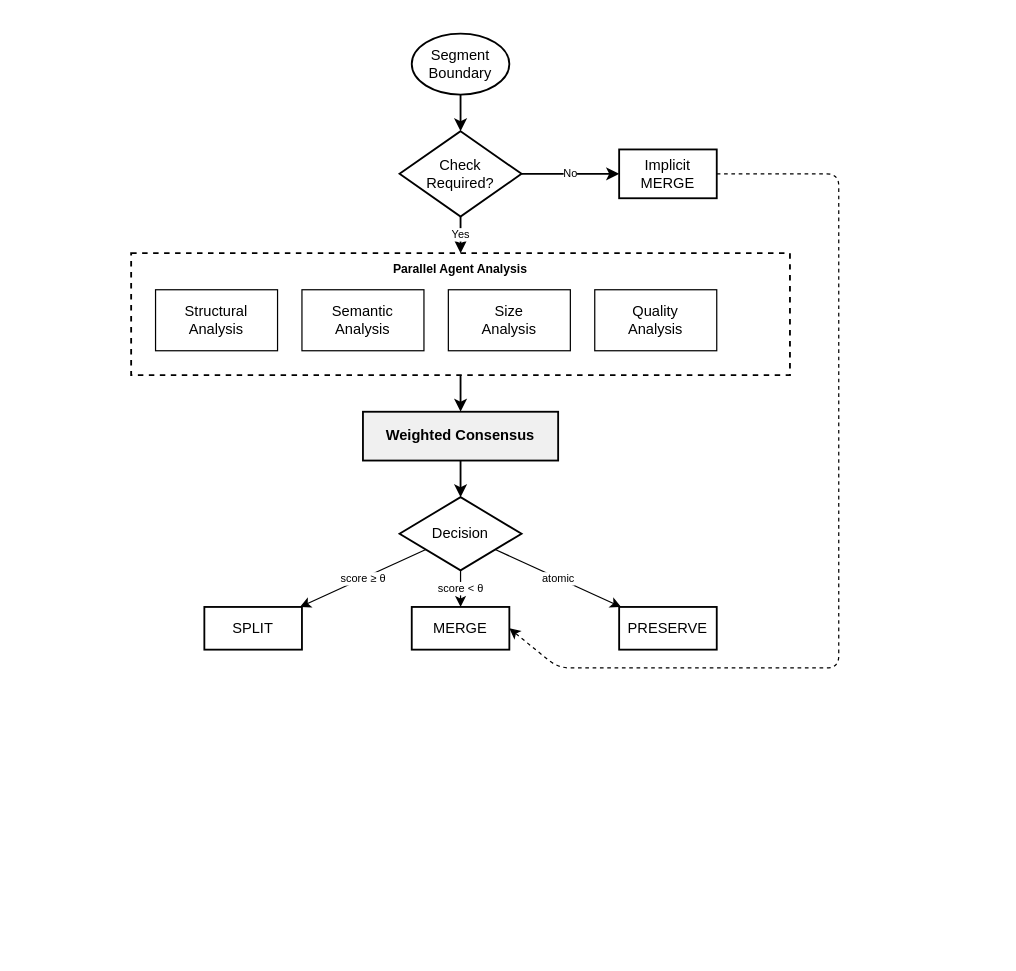
Earlier version of the draw.io diagram diagrams/drawio/02_decision_pipeline.drawio (EngindalgaMaku/ebars). Source tidied: cells renumbered, new cells numbered last; positions are measured from the earlier drawing's top-left corner, leaving out a move shared by most shapes. Both pictures are drawn from the tidied source at 122%, with x=0, y=0 at pixel (131, 33).
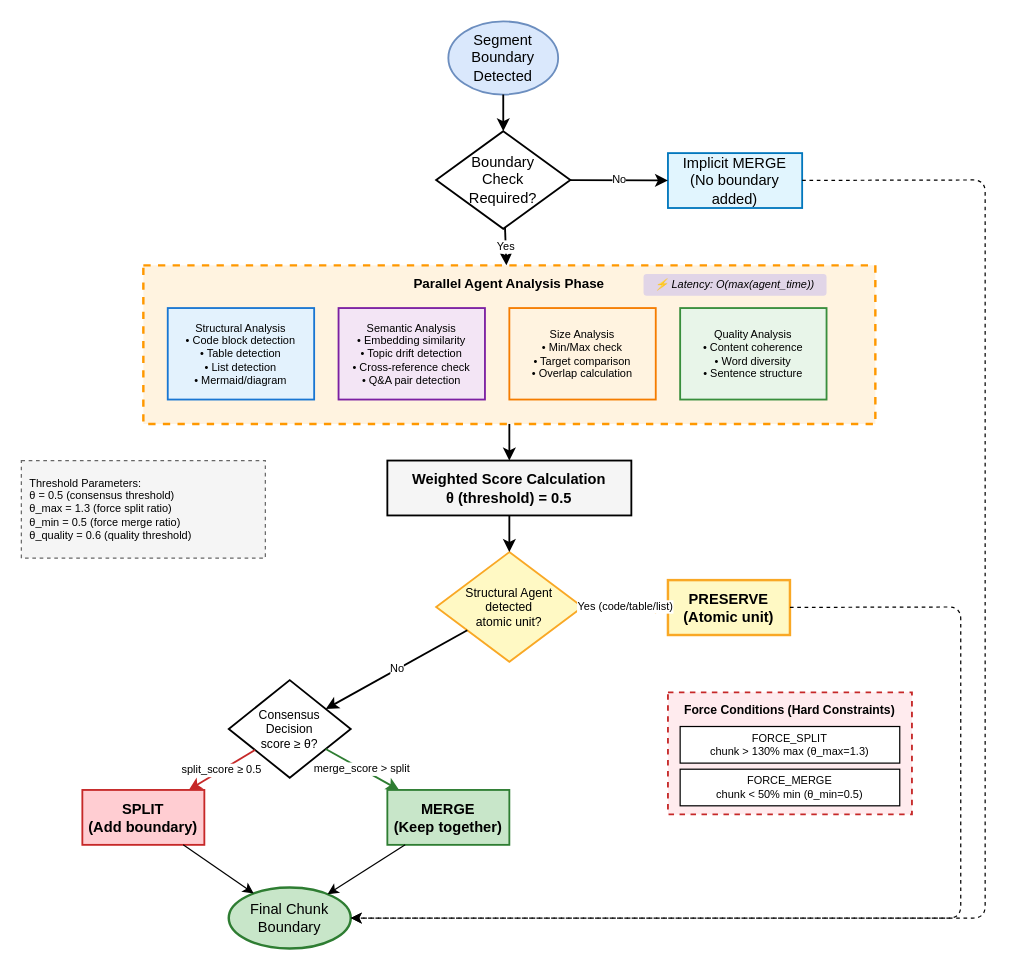
The same diagram, later.

The edit, as a diff of the source:
```diff
@@
-    <mxCell id="2" value="Segment&#10;Boundary" style="ellipse;whiteSpace=wrap;html=1;fillColor=#ffffff;strokeColor=#000000;strokeWidth=1.5;" parent="1" vertex="1">
-      <mxGeometry x="230" width="80" height="50" as="geometry" />
+    <mxCell id="2" value="Segment&#10;Boundary&#10;Detected" style="ellipse;whiteSpace=wrap;html=1;fillColor=#dae8fc;strokeColor=#6c8ebf;strokeWidth=1.5;" parent="1" vertex="1">
+      <mxGeometry x="260" y="-10" width="90" height="60" as="geometry" />
     </mxCell>
-    <mxCell id="3" value="Check&#10;Required?" style="rhombus;whiteSpace=wrap;html=1;fillColor=#ffffff;strokeColor=#000000;strokeWidth=1.5;" parent="1" vertex="1">
-      <mxGeometry x="220" y="80" width="100" height="70" as="geometry" />
+    <mxCell id="3" value="Boundary&#10;Check&#10;Required?" style="rhombus;whiteSpace=wrap;html=1;fillColor=#ffffff;strokeColor=#000000;strokeWidth=1.5;" parent="1" vertex="1">
+      <mxGeometry x="250" y="80" width="110" height="80" as="geometry" />
     </mxCell>
-    <mxCell id="4" value="Implicit&#10;MERGE" style="rounded=0;whiteSpace=wrap;html=1;fillColor=#ffffff;strokeColor=#000000;strokeWidth=1.5;" parent="1" vertex="1">
-      <mxGeometry x="400" y="95" width="80" height="40" as="geometry" />
+    <mxCell id="4" value="Implicit MERGE&#10;(No boundary added)" style="rounded=0;whiteSpace=wrap;html=1;fillColor=#e1f5fe;strokeColor=#0277bd;strokeWidth=1.5;" parent="1" vertex="1">
+      <mxGeometry x="440" y="98" width="110" height="45" as="geometry" />
     </mxCell>
-    <mxCell id="5" style="rounded=0;whiteSpace=wrap;html=1;fillColor=#ffffff;strokeColor=#000000;strokeWidth=1.5;dashed=1;" parent="1" vertex="1">
-      <mxGeometry y="180" width="540" height="100" as="geometry" />
+    <mxCell id="5" style="rounded=0;whiteSpace=wrap;html=1;fillColor=#fff3e0;strokeColor=#ff9800;strokeWidth=2;dashed=1;" parent="1" vertex="1">
+      <mxGeometry x="10" y="190" width="600" height="130" as="geometry" />
     </mxCell>
-    <mxCell id="6" value="Parallel Agent Analysis" style="text;html=1;strokeColor=none;fillColor=none;align=center;verticalAlign=middle;whiteSpace=wrap;rounded=0;fontStyle=1;fontSize=10;" parent="1" vertex="1">
-      <mxGeometry x="200" y="185" width="140" height="15" as="geometry" />
+    <mxCell id="6" value="Parallel Agent Analysis Phase" style="text;html=1;strokeColor=none;fillColor=none;align=center;verticalAlign=middle;whiteSpace=wrap;rounded=0;fontStyle=1;fontSize=11;" parent="1" vertex="1">
+      <mxGeometry x="210" y="195" width="200" height="20" as="geometry" />
     </mxCell>
+    <mxCell id="25" value="⚡ Latency: O(max(agent_time))" style="text;html=1;strokeColor=none;fillColor=#e1d5e7;align=center;verticalAlign=middle;whiteSpace=wrap;rounded=1;fontSize=9;fontStyle=2;" parent="1" vertex="1">
+      <mxGeometry x="420" y="197" width="150" height="18" as="geometry" />
+    </mxCell>
-    <mxCell id="7" value="Structural&#10;Analysis" style="rounded=0;whiteSpace=wrap;html=1;fillColor=#ffffff;strokeColor=#000000;strokeWidth=1;" parent="1" vertex="1">
-      <mxGeometry x="20" y="210" width="100" height="50" as="geometry" />
+    <mxCell id="7" value="Structural Analysis&#10;• Code block detection&#10;• Table detection&#10;• List detection&#10;• Mermaid/diagram" style="rounded=0;whiteSpace=wrap;html=1;fillColor=#e3f2fd;strokeColor=#1976d2;strokeWidth=1.5;fontSize=9;" parent="1" vertex="1">
+      <mxGeometry x="30" y="225" width="120" height="75" as="geometry" />
     </mxCell>
-    <mxCell id="8" value="Semantic&#10;Analysis" style="rounded=0;whiteSpace=wrap;html=1;fillColor=#ffffff;strokeColor=#000000;strokeWidth=1;" parent="1" vertex="1">
-      <mxGeometry x="140" y="210" width="100" height="50" as="geometry" />
+    <mxCell id="8" value="Semantic Analysis&#10;• Embedding similarity&#10;• Topic drift detection&#10;• Cross-reference check&#10;• Q&amp;A pair detection" style="rounded=0;whiteSpace=wrap;html=1;fillColor=#f3e5f5;strokeColor=#7b1fa2;strokeWidth=1.5;fontSize=9;" parent="1" vertex="1">
+      <mxGeometry x="170" y="225" width="120" height="75" as="geometry" />
     </mxCell>
-    <mxCell id="9" value="Size&#10;Analysis" style="rounded=0;whiteSpace=wrap;html=1;fillColor=#ffffff;strokeColor=#000000;strokeWidth=1;" parent="1" vertex="1">
-      <mxGeometry x="260" y="210" width="100" height="50" as="geometry" />
+    <mxCell id="9" value="Size Analysis&#10;• Min/Max check&#10;• Target comparison&#10;• Overlap calculation" style="rounded=0;whiteSpace=wrap;html=1;fillColor=#fff3e0;strokeColor=#f57c00;strokeWidth=1.5;fontSize=9;" parent="1" vertex="1">
+      <mxGeometry x="310" y="225" width="120" height="75" as="geometry" />
     </mxCell>
-    <mxCell id="10" value="Quality&#10;Analysis" style="rounded=0;whiteSpace=wrap;html=1;fillColor=#ffffff;strokeColor=#000000;strokeWidth=1;" parent="1" vertex="1">
-      <mxGeometry x="380" y="210" width="100" height="50" as="geometry" />
+    <mxCell id="10" value="Quality Analysis&#10;• Content coherence&#10;• Word diversity&#10;• Sentence structure" style="rounded=0;whiteSpace=wrap;html=1;fillColor=#e8f5e9;strokeColor=#388e3c;strokeWidth=1.5;fontSize=9;" parent="1" vertex="1">
+      <mxGeometry x="450" y="225" width="120" height="75" as="geometry" />
     </mxCell>
+    <mxCell id="26" value="Weighted Score Calculation&#10;θ (threshold) = 0.5" style="rounded=0;whiteSpace=wrap;html=1;fillColor=#f5f5f5;strokeColor=#000000;strokeWidth=1.5;fontStyle=1;" parent="1" vertex="1">
+      <mxGeometry x="210" y="350" width="200" height="45" as="geometry" />
+    </mxCell>
+    <mxCell id="27" value="Structural Agent&#10;detected&#10;atomic unit?" style="rhombus;whiteSpace=wrap;html=1;fillColor=#fff9c4;strokeColor=#f9a825;strokeWidth=1.5;fontSize=10;" parent="1" vertex="1">
+      <mxGeometry x="250" y="425" width="120" height="90" as="geometry" />
+    </mxCell>
-    <mxCell id="11" value="Weighted Consensus" style="rounded=0;whiteSpace=wrap;html=1;fillColor=#f0f0f0;strokeColor=#000000;strokeWidth=1.5;fontStyle=1;" parent="1" vertex="1">
-      <mxGeometry x="190" y="310" width="160" height="40" as="geometry" />
+    <mxCell id="11" value="Consensus&#10;Decision&#10;score ≥ θ?" style="rhombus;whiteSpace=wrap;html=1;fillColor=#ffffff;strokeColor=#000000;strokeWidth=1.5;fontSize=10;" parent="1" vertex="1">
+      <mxGeometry x="80" y="530" width="100" height="80" as="geometry" />
     </mxCell>
-    <mxCell id="12" value="Decision" style="rhombus;whiteSpace=wrap;html=1;fillColor=#ffffff;strokeColor=#000000;strokeWidth=1.5;" parent="1" vertex="1">
-      <mxGeometry x="220" y="380" width="100" height="60" as="geometry" />
-    </mxCell>
+    <mxCell id="15" value="PRESERVE&#10;(Atomic unit)" style="rounded=0;whiteSpace=wrap;html=1;fillColor=#fff9c4;strokeColor=#f9a825;strokeWidth=2;fontStyle=1;" parent="1" vertex="1">
+      <mxGeometry x="440" y="448" width="100" height="45" as="geometry" />
+    </mxCell>
-    <mxCell id="13" value="SPLIT" style="rounded=0;whiteSpace=wrap;html=1;fillColor=#ffffff;strokeColor=#000000;strokeWidth=1.5;" parent="1" vertex="1">
-      <mxGeometry x="60" y="470" width="80" height="35" as="geometry" />
+    <mxCell id="13" value="SPLIT&#10;(Add boundary)" style="rounded=0;whiteSpace=wrap;html=1;fillColor=#ffcdd2;strokeColor=#c62828;strokeWidth=1.5;fontStyle=1;" parent="1" vertex="1">
+      <mxGeometry x="-40" y="620" width="100" height="45" as="geometry" />
     </mxCell>
-    <mxCell id="14" value="MERGE" style="rounded=0;whiteSpace=wrap;html=1;fillColor=#ffffff;strokeColor=#000000;strokeWidth=1.5;" parent="1" vertex="1">
-      <mxGeometry x="230" y="470" width="80" height="35" as="geometry" />
+    <mxCell id="14" value="MERGE&#10;(Keep together)" style="rounded=0;whiteSpace=wrap;html=1;fillColor=#c8e6c9;strokeColor=#2e7d32;strokeWidth=1.5;fontStyle=1;" parent="1" vertex="1">
+      <mxGeometry x="210" y="620" width="100" height="45" as="geometry" />
     </mxCell>
-    <mxCell id="15" value="PRESERVE" style="rounded=0;whiteSpace=wrap;html=1;fillColor=#ffffff;strokeColor=#000000;strokeWidth=1.5;" parent="1" vertex="1">
-      <mxGeometry x="400" y="470" width="80" height="35" as="geometry" />
-    </mxCell>
+    <mxCell id="28" style="rounded=0;whiteSpace=wrap;html=1;fillColor=#ffebee;strokeColor=#c62828;strokeWidth=1.5;dashed=1;" parent="1" vertex="1">
+      <mxGeometry x="440" y="540" width="200" height="100" as="geometry" />
+    </mxCell>
+    <mxCell id="29" value="Force Conditions (Hard Constraints)" style="text;html=1;strokeColor=none;fillColor=none;align=center;verticalAlign=middle;whiteSpace=wrap;rounded=0;fontStyle=1;fontSize=10;" parent="1" vertex="1">
+      <mxGeometry x="450" y="545" width="180" height="18" as="geometry" />
+    </mxCell>
+    <mxCell id="30" value="FORCE_SPLIT&#10;chunk &gt; 130% max (θ_max=1.3)" style="rounded=0;whiteSpace=wrap;html=1;fillColor=#ffffff;strokeColor=#000000;strokeWidth=1;fontSize=9;" parent="1" vertex="1">
+      <mxGeometry x="450" y="568" width="180" height="30" as="geometry" />
+    </mxCell>
+    <mxCell id="31" value="FORCE_MERGE&#10;chunk &lt; 50% min (θ_min=0.5)" style="rounded=0;whiteSpace=wrap;html=1;fillColor=#ffffff;strokeColor=#000000;strokeWidth=1;fontSize=9;" parent="1" vertex="1">
+      <mxGeometry x="450" y="603" width="180" height="30" as="geometry" />
+    </mxCell>
+    <mxCell id="32" value="Final Chunk&#10;Boundary" style="ellipse;whiteSpace=wrap;html=1;fillColor=#c8e6c9;strokeColor=#2e7d32;strokeWidth=2;" parent="1" vertex="1">
+      <mxGeometry x="80" y="700" width="100" height="50" as="geometry" />
+    </mxCell>
@@
-    <mxCell id="17" value="No" style="endArrow=classic;html=1;strokeWidth=1.5;strokeColor=#000000;fontStyle=0;fontSize=9;" parent="1" edge="1" source="3" target="4">
+    <mxCell id="17" value="No" style="endArrow=classic;html=1;strokeWidth=1.5;strokeColor=#000000;fontSize=9;" parent="1" edge="1" source="3" target="4">
       <mxGeometry relative="1" as="geometry" />
     </mxCell>
-    <mxCell id="18" value="Yes" style="endArrow=classic;html=1;strokeWidth=1.5;strokeColor=#000000;fontStyle=0;fontSize=9;" parent="1" edge="1" source="3" target="5">
+    <mxCell id="18" value="Yes" style="endArrow=classic;html=1;strokeWidth=1.5;strokeColor=#000000;fontSize=9;" parent="1" edge="1" source="3" target="5">
       <mxGeometry relative="1" as="geometry" />
     </mxCell>
-    <mxCell id="19" style="endArrow=classic;html=1;strokeWidth=1.5;strokeColor=#000000;" parent="1" edge="1" source="5" target="11">
+    <mxCell id="19" style="endArrow=classic;html=1;strokeWidth=1.5;strokeColor=#000000;" parent="1" edge="1" source="5" target="26">
       <mxGeometry relative="1" as="geometry" />
     </mxCell>
-    <mxCell id="20" style="endArrow=classic;html=1;strokeWidth=1.5;strokeColor=#000000;" parent="1" edge="1" source="11" target="12">
+    <mxCell id="20" style="endArrow=classic;html=1;strokeWidth=1.5;strokeColor=#000000;" parent="1" edge="1" source="26" target="27">
       <mxGeometry relative="1" as="geometry" />
     </mxCell>
-    <mxCell id="21" value="score ≥ θ" style="endArrow=classic;html=1;strokeWidth=1;strokeColor=#000000;fontSize=9;" parent="1" edge="1" source="12" target="13">
+    <mxCell id="21" value="Yes (code/table/list)" style="endArrow=classic;html=1;strokeWidth=1.5;strokeColor=#f9a825;fontSize=9;" parent="1" edge="1" source="27" target="15">
       <mxGeometry relative="1" as="geometry" />
     </mxCell>
-    <mxCell id="22" value="score &lt; θ" style="endArrow=classic;html=1;strokeWidth=1;strokeColor=#000000;fontSize=9;" parent="1" edge="1" source="12" target="14">
+    <mxCell id="22" value="No" style="endArrow=classic;html=1;strokeWidth=1.5;strokeColor=#000000;fontSize=9;" parent="1" edge="1" source="27" target="11">
       <mxGeometry relative="1" as="geometry" />
     </mxCell>
-    <mxCell id="23" value="atomic" style="endArrow=classic;html=1;strokeWidth=1;strokeColor=#000000;fontSize=9;" parent="1" edge="1" source="12" target="15">
+    <mxCell id="23" value="split_score ≥ 0.5" style="endArrow=classic;html=1;strokeWidth=1.5;strokeColor=#c62828;fontSize=9;" parent="1" edge="1" source="11" target="13">
       <mxGeometry relative="1" as="geometry" />
     </mxCell>
-    <mxCell id="24" style="endArrow=classic;html=1;strokeWidth=1;strokeColor=#000000;dashed=1;entryX=1;entryY=0.5;entryDx=0;entryDy=0;" parent="1" edge="1" source="4" target="14">
-      <mxGeometry relative="1" as="geometry">
-        <Array as="points">
-          <mxPoint x="580" y="115" />
-          <mxPoint x="580" y="520" />
-          <mxPoint x="430" y="520" />
-          <mxPoint x="350" y="520" />
-        </Array>
-      </mxGeometry>
+    <mxCell id="24" value="merge_score &gt; split" style="endArrow=classic;html=1;strokeWidth=1.5;strokeColor=#2e7d32;fontSize=9;" parent="1" edge="1" source="11" target="14">
+      <mxGeometry relative="1" as="geometry" />
     </mxCell>
+    <mxCell id="33" style="endArrow=classic;html=1;strokeWidth=1;strokeColor=#000000;" parent="1" edge="1" source="13" target="32">
+      <mxGeometry relative="1" as="geometry" />
+    </mxCell>
+    <mxCell id="34" style="endArrow=classic;html=1;strokeWidth=1;strokeColor=#000000;" parent="1" edge="1" source="14" target="32">
+      <mxGeometry relative="1" as="geometry" />
+    </mxCell>
+    <mxCell id="35" style="endArrow=classic;html=1;strokeWidth=1;strokeColor=#000000;dashed=1;" parent="1" edge="1" source="15" target="32">
+      <mxGeometry relative="1" as="geometry">
+        <Array as="points">
+          <mxPoint x="680" y="470" />
+          <mxPoint x="680" y="725" />
+        </Array>
+      </mxGeometry>
+    </mxCell>
+    <mxCell id="36" style="endArrow=classic;html=1;strokeWidth=1;strokeColor=#000000;dashed=1;" parent="1" edge="1" source="4" target="32">
+      <mxGeometry relative="1" as="geometry">
+        <Array as="points">
+          <mxPoint x="700" y="120" />
+          <mxPoint x="700" y="725" />
+        </Array>
+      </mxGeometry>
+    </mxCell>
+    <mxCell id="37" style="rounded=0;whiteSpace=wrap;html=1;fillColor=#f5f5f5;strokeColor=#666666;strokeWidth=1;dashed=1;" parent="1" vertex="1">
+      <mxGeometry x="-90" y="350" width="200" height="80" as="geometry" />
+    </mxCell>
+    <mxCell id="38" value="Threshold Parameters:&#10;θ = 0.5 (consensus threshold)&#10;θ_max = 1.3 (force split ratio)&#10;θ_min = 0.5 (force merge ratio)&#10;θ_quality = 0.6 (quality threshold)" style="text;html=1;strokeColor=none;fillColor=none;align=left;verticalAlign=middle;whiteSpace=wrap;rounded=0;fontSize=9;" parent="1" vertex="1">
+      <mxGeometry x="-85" y="355" width="190" height="70" as="geometry" />
+    </mxCell>
```
